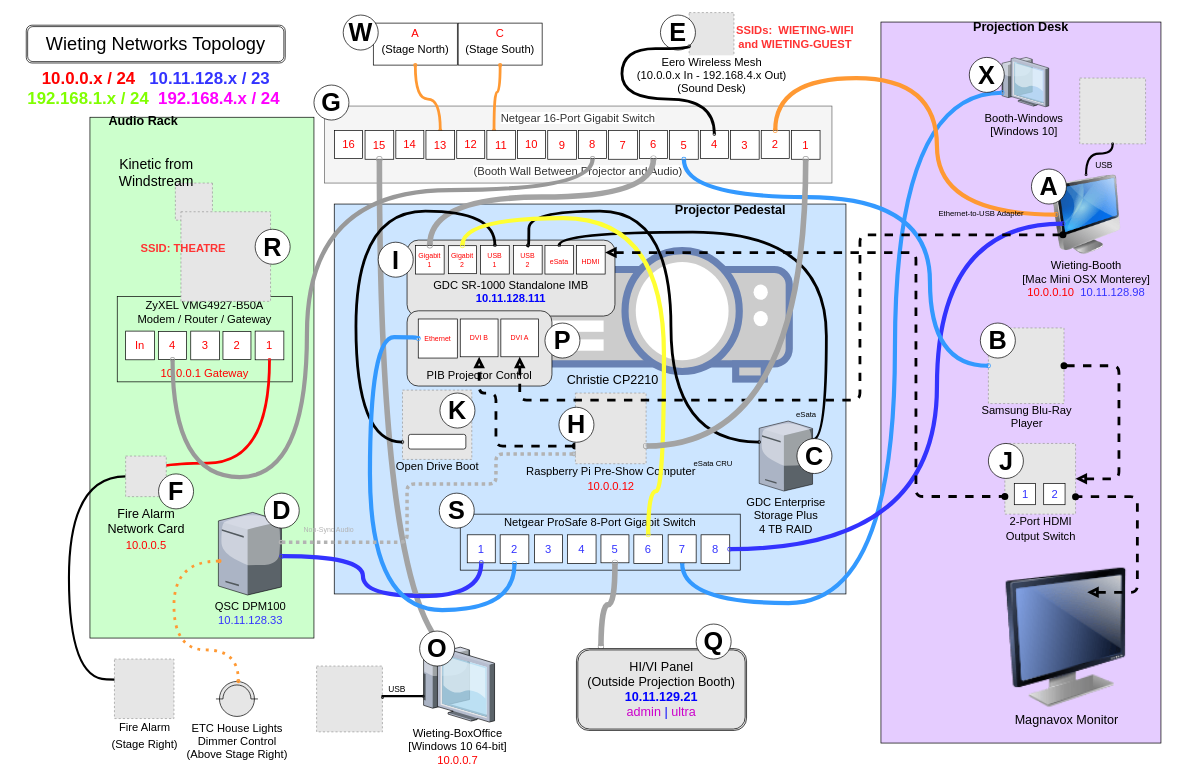
Above: _Wieting-Networks-Topology-2022.drawio in SummittDweller/wieting-one-click-hugo-cms (draw.io), before the change. Source tidied: cells renumbered, new cells numbered last; positions are measured from the earlier drawing's top-left corner, leaving out a move shared by most shapes. Both pictures are drawn from the tidied source at 70%, with x=0, y=0 at pixel (12, 12). Pictures stored in the file or linked from it are replaced by grey dashed boxes.
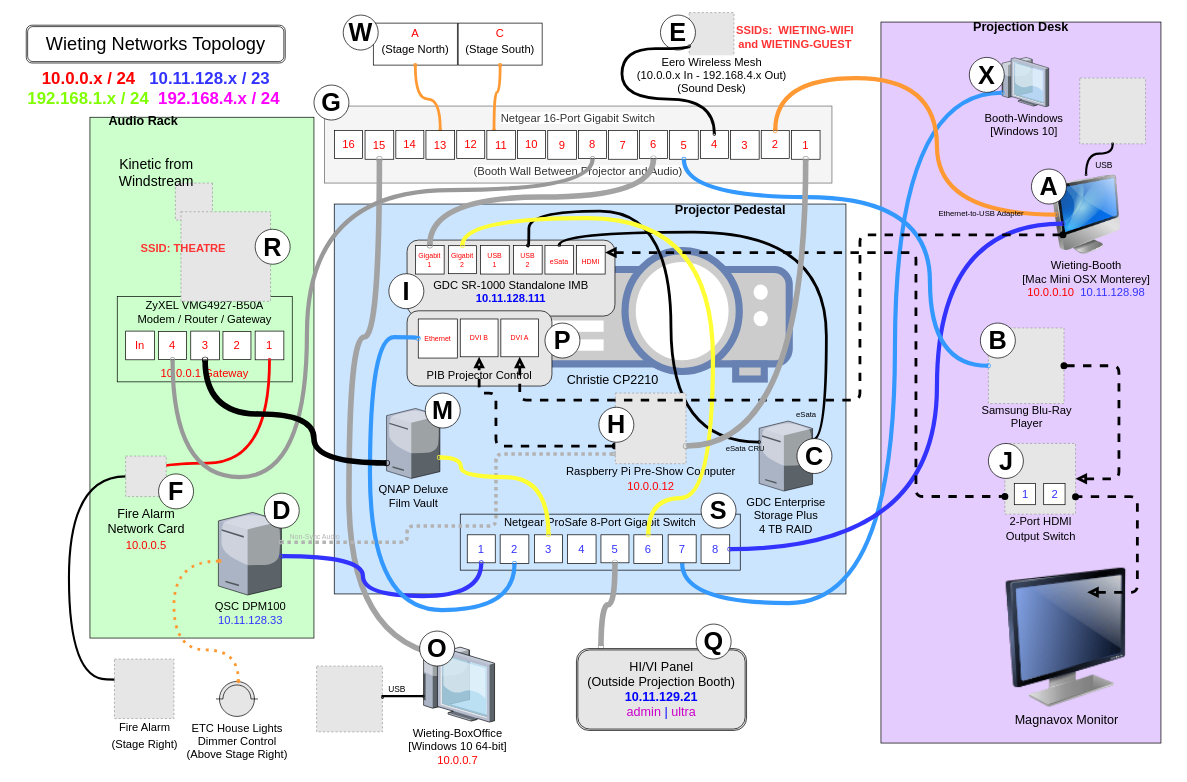
After the change.

Commit message (it also covers changes not shown here):
Updated network diagram

The change refers to these unchanged cells:
```xml
<mxCell id="7" value="&lt;span&gt;QSC DPM100&lt;br&gt;&lt;/span&gt;&lt;div&gt;&lt;div&gt;&lt;font color=&quot;#3333ff&quot;&gt;10.11.128.33&lt;/font&gt;&lt;/div&gt;&lt;/div&gt;" style="verticalLabelPosition=bottom;html=1;verticalAlign=top;strokeColor=none;shape=mxgraph.citrix.tower_server;fontSize=16;" parent="1" vertex="1">
  <mxGeometry x="294.5" y="714.5" width="90" height="118" as="geometry" />
</mxCell>
<mxCell id="12" value="15" style="whiteSpace=wrap;html=1;fontSize=16;fontColor=#FF0000;" parent="1" vertex="1">
  <mxGeometry x="504" y="169" width="41" height="41" as="geometry" />
</mxCell>
<mxCell id="24" value="3" style="whiteSpace=wrap;html=1;fontSize=16;fontColor=#3333FF;" parent="1" vertex="1">
  <mxGeometry x="746" y="746.5" width="40" height="40" as="geometry" />
</mxCell>
<mxCell id="28" value="6" style="whiteSpace=wrap;html=1;fontSize=16;fontColor=#3333FF;" parent="1" vertex="1">
  <mxGeometry x="888" y="746.5" width="41" height="41" as="geometry" />
</mxCell>
<mxCell id="38" value="&lt;div&gt;Wieting-BoxOffice&lt;/div&gt;&lt;div&gt;[Windows 10 64-bit]&lt;/div&gt;&lt;div&gt;&lt;font color=&quot;#ff0000&quot; style=&quot;font-size: 16px&quot;&gt;10.0.0.7&lt;/font&gt;&lt;/div&gt;" style="verticalLabelPosition=bottom;html=1;verticalAlign=top;strokeColor=none;shape=mxgraph.citrix.thin_client;fontSize=16;" parent="1" vertex="1">
  <mxGeometry x="582" y="907" width="107" height="107" as="geometry" />
</mxCell>
<mxCell id="50" value="3" style="whiteSpace=wrap;html=1;fontSize=16;fontColor=#FF0000;" parent="1" vertex="1">
  <mxGeometry x="255" y="455.5" width="41" height="41" as="geometry" />
</mxCell>
<mxCell id="100" value="Gigabit&lt;br&gt;2" style="whiteSpace=wrap;html=1;fontSize=10;fontColor=#FF0000;" parent="1" vertex="1">
  <mxGeometry x="623" y="333.5" width="40" height="40" as="geometry" />
</mxCell>
<mxCell id="101" value="USB&lt;br style=&quot;font-size: 10px;&quot;&gt;1" style="whiteSpace=wrap;html=1;fontSize=10;fontColor=#FF0000;" parent="1" vertex="1">
  <mxGeometry x="669" y="333" width="41" height="41" as="geometry" />
</mxCell>
<mxCell id="110" style="edgeStyle=orthogonalEdgeStyle;html=1;exitX=0.5;exitY=0;startArrow=oval;startFill=1;startSize=1;endArrow=oval;endFill=1;endSize=1;jettySize=auto;strokeColor=#000000;strokeWidth=4;fontSize=26;fontColor=#FF0000;exitDx=0;exitDy=0;curved=1;" parent="1" edge="1" source="103" target="6">
  <mxGeometry relative="1" as="geometry">
    <Array as="points">
      <mxPoint x="737" y="334" />
      <mxPoint x="738" y="334" />
      <mxPoint x="738" y="284" />
      <mxPoint x="941" y="284" />
      <mxPoint x="941" y="614" />
    </Array>
  </mxGeometry>
</mxCell>
```

What changed in the source:
```diff
@@
     <mxCell id="15" style="edgeStyle=orthogonalEdgeStyle;curved=1;rounded=0;html=1;exitX=0.5;exitY=1;entryX=0.645;entryY=0.14;entryPerimeter=0;startArrow=oval;startFill=1;startSize=1;endArrow=oval;endFill=1;endSize=1;jettySize=auto;strokeWidth=8;fontSize=26;fontColor=#FF0000;exitDx=0;exitDy=0;entryDx=0;entryDy=0;strokeColor=#A3A3A3;" parent="1" edge="1" source="12" target="38">
       <mxGeometry relative="1" as="geometry">
         <Array as="points">
-          <mxPoint x="525" y="923" />
+          <mxPoint x="525" y="464" />
+          <mxPoint x="481" y="464" />
+          <mxPoint x="481" y="922" />
         </Array>
       </mxGeometry>
     </mxCell>
@@
-    <mxCell id="40" value="&lt;font color=&quot;#000000&quot;&gt;&lt;span style=&quot;font-size: 16px&quot;&gt;Open Drive Boot&lt;/span&gt;&lt;/font&gt;" style="fillColor=#E6E6E6;strokeColor=#999999;dashed=1;html=1;verticalAlign=top;verticalLabelPosition=bottom;labelBackgroundColor=none;fontSize=26;fontColor=#FF0000;spacingTop=-15;" parent="1" vertex="1">
-      <mxGeometry x="557.5" y="539.8" width="99" height="99" as="geometry" />
-    </mxCell>
-    <mxCell id="41" style="edgeStyle=orthogonalEdgeStyle;rounded=0;html=1;exitX=0.5;exitY=1;entryX=0.5;entryY=1;jettySize=auto;orthogonalLoop=1;fontSize=26;fontColor=#FF0000;" parent="1" edge="1" source="40" target="40">
-      <mxGeometry relative="1" as="geometry" />
+    <mxCell id="41" style="edgeStyle=orthogonalEdgeStyle;rounded=0;html=1;exitX=0.5;exitY=1;entryX=0.5;entryY=1;jettySize=auto;orthogonalLoop=1;fontSize=26;fontColor=#FF0000;" parent="1" edge="1">
+      <mxGeometry relative="1" as="geometry">
+        <mxPoint x="615" y="654" as="sourcePoint" />
+        <mxPoint x="615" y="654" as="targetPoint" />
+      </mxGeometry>
     </mxCell>
@@
     <mxCell id="81" value="&lt;font style=&quot;font-size: 36px&quot;&gt;&lt;b&gt;S&lt;/b&gt;&lt;/font&gt;" style="ellipse;whiteSpace=wrap;html=1;" parent="1" vertex="1">
-      <mxGeometry x="610" y="687" width="50" height="50" as="geometry" />
+      <mxGeometry x="984" y="687" width="50" height="50" as="geometry" />
     </mxCell>
@@
-    <mxCell id="109" style="edgeStyle=orthogonalEdgeStyle;curved=1;rounded=0;html=1;exitX=0.5;exitY=0;startArrow=oval;startFill=1;startSize=1;endArrow=oval;endFill=1;endSize=1;jettySize=auto;strokeColor=#000000;strokeWidth=4;fontSize=26;fontColor=#FF0000;exitDx=0;exitDy=0;entryX=0;entryY=0.75;entryDx=0;entryDy=0;" parent="1" edge="1" source="101" target="40">
-      <mxGeometry relative="1" as="geometry">
-        <Array as="points">
-          <mxPoint x="690" y="284" />
-          <mxPoint x="491" y="284" />
-          <mxPoint x="491" y="614" />
-        </Array>
-      </mxGeometry>
-    </mxCell>
@@
     <mxCell id="111" value="eSata CRU" style="edgeLabel;html=1;align=center;verticalAlign=middle;labelBackgroundColor=none;" parent="110" vertex="1">
       <mxGeometry x="-0.21" y="-5" relative="1" as="geometry">
-        <mxPoint x="64" y="335" as="offset" />
+        <mxPoint x="110.5" y="313.5" as="offset" />
       </mxGeometry>
     </mxCell>
@@
-    <mxCell id="115" style="rounded=1;whiteSpace=wrap;html=1;labelBackgroundColor=none;" parent="1" vertex="1">
-      <mxGeometry x="566" y="603" width="82" height="21" as="geometry" />
-    </mxCell>
     <mxCell id="116" value="&lt;font style=&quot;font-size: 36px&quot;&gt;&lt;b&gt;I&lt;/b&gt;&lt;/font&gt;" style="ellipse;whiteSpace=wrap;html=1;" parent="1" vertex="1">
-      <mxGeometry x="522.8" y="328.5" width="50" height="50" as="geometry" />
+      <mxGeometry x="538" y="373.5" width="50" height="50" as="geometry" />
     </mxCell>
@@
-    <mxCell id="126" value="&lt;font style=&quot;font-size: 36px&quot;&gt;&lt;b&gt;K&lt;/b&gt;&lt;/font&gt;" style="ellipse;whiteSpace=wrap;html=1;" parent="1" vertex="1">
-      <mxGeometry x="611" y="544" width="50" height="50" as="geometry" />
-    </mxCell>
@@
     <mxCell id="133" value="&lt;p style=&quot;line-height: 70%&quot;&gt;&lt;span style=&quot;font-size: 16px&quot;&gt;&lt;font color=&quot;#000000&quot;&gt;Raspberry Pi&amp;nbsp;&lt;/font&gt;&lt;font color=&quot;#000000&quot;&gt;Pre-Show Computer&lt;/font&gt;&lt;br&gt;10.0.0.12&lt;/span&gt;&lt;/p&gt;" style="fillColor=#E6E6E6;strokeColor=#999999;dashed=1;html=1;verticalAlign=top;verticalLabelPosition=bottom;labelBackgroundColor=none;fontSize=26;fontColor=#FF0000;spacing=-25;spacingTop=-8;" parent="1" vertex="1">
-      <mxGeometry x="804.5" y="544" width="101" height="101" as="geometry" />
+      <mxGeometry x="861.5" y="544" width="101" height="101" as="geometry" />
     </mxCell>
@@
     <mxCell id="135" style="edgeStyle=orthogonalEdgeStyle;jumpStyle=gap;jumpSize=7;html=1;exitX=0.5;exitY=0;startArrow=oval;startFill=1;startSize=1;endArrow=oval;endFill=1;endSize=1;jettySize=auto;strokeWidth=6;fontSize=13;entryX=0.5;entryY=0;entryDx=0;entryDy=0;strokeColor=#FFFF33;labelBackgroundColor=none;exitDx=0;exitDy=0;curved=1;" parent="1" edge="1" source="100" target="28">
       <mxGeometry x="-0.84" y="-11" relative="1" as="geometry">
         <Array as="points">
           <mxPoint x="643" y="294" />
-          <mxPoint x="931" y="294" />
-          <mxPoint x="931" y="684" />
-          <mxPoint x="908" y="684" />
+          <mxPoint x="1001" y="294" />
+          <mxPoint x="1001" y="694" />
+          <mxPoint x="908" y="694" />
         </Array>
       </mxGeometry>
     </mxCell>
@@
     <mxCell id="137" value="&lt;font style=&quot;font-size: 36px&quot;&gt;&lt;b&gt;H&lt;/b&gt;&lt;/font&gt;" style="ellipse;whiteSpace=wrap;html=1;" parent="1" vertex="1">
-      <mxGeometry x="781" y="564.3" width="50" height="50" as="geometry" />
+      <mxGeometry x="838" y="564.3" width="50" height="50" as="geometry" />
     </mxCell>
@@
     <mxCell id="145" value="&lt;font style=&quot;font-size: 10px&quot;&gt;Non-Sync Audio&lt;/font&gt;" style="edgeStyle=orthogonalEdgeStyle;rounded=1;html=1;entryX=0.994;entryY=0.36;jettySize=auto;fontSize=26;fontColor=#B3B3B3;strokeWidth=5;startArrow=oval;startFill=1;endArrow=oval;endFill=1;endSize=2;startSize=2;exitX=-0.025;exitY=0.861;entryDx=0;entryDy=0;strokeColor=#B3B3B3;exitDx=0;exitDy=0;exitPerimeter=0;dashed=1;entryPerimeter=0;labelBackgroundColor=none;dashPattern=1 1;" parent="1" edge="1" source="133" target="7">
-      <mxGeometry x="0.75" y="-23" relative="1" as="geometry">
+      <mxGeometry x="0.84" y="-13" relative="1" as="geometry">
         <Array as="points">
           <mxPoint x="691" y="631" />
-          <mxPoint x="691" y="674" />
-          <mxPoint x="564" y="674" />
+          <mxPoint x="691" y="734" />
+          <mxPoint x="564" y="734" />
           <mxPoint x="564" y="757" />
         </Array>
       </mxGeometry>
     </mxCell>
+    <mxCell id="146" value="QNAP Deluxe&lt;br&gt;Film Vault" style="verticalLabelPosition=bottom;html=1;verticalAlign=top;strokeColor=none;shape=mxgraph.citrix.tower_server;fontSize=16;" parent="1" vertex="1">
+      <mxGeometry x="534.7" y="566" width="76.3" height="100" as="geometry" />
+    </mxCell>
+    <mxCell id="126" value="&lt;font style=&quot;font-size: 36px&quot;&gt;&lt;b&gt;M&lt;/b&gt;&lt;/font&gt;" style="ellipse;whiteSpace=wrap;html=1;" parent="1" vertex="1">
+      <mxGeometry x="590" y="544" width="50" height="50" as="geometry" />
+    </mxCell>
+    <mxCell id="147" style="edgeStyle=orthogonalEdgeStyle;curved=1;rounded=0;html=1;exitX=0.004;exitY=0.78;startArrow=oval;startFill=1;startSize=1;endArrow=oval;endFill=1;endSize=1;jettySize=auto;strokeWidth=8;fontSize=26;fontColor=#FF0000;exitDx=0;exitDy=0;shadow=0;entryX=0.5;entryY=1;entryDx=0;entryDy=0;strokeColor=#000000;exitPerimeter=0;" parent="1" edge="1" source="146" target="50">
+      <mxGeometry relative="1" as="geometry">
+        <Array as="points">
+          <mxPoint x="431" y="644" />
+          <mxPoint x="431" y="574" />
+          <mxPoint x="276" y="574" />
+        </Array>
+      </mxGeometry>
+    </mxCell>
+    <mxCell id="148" style="edgeStyle=orthogonalEdgeStyle;jumpStyle=gap;jumpSize=7;html=1;exitX=0.987;exitY=0.7;startArrow=oval;startFill=1;startSize=1;endArrow=oval;endFill=1;endSize=1;jettySize=auto;strokeWidth=6;fontSize=13;entryX=0.5;entryY=0;entryDx=0;entryDy=0;strokeColor=#FFFF33;labelBackgroundColor=none;exitDx=0;exitDy=0;curved=1;exitPerimeter=0;" parent="1" edge="1" source="146" target="24">
+      <mxGeometry x="-0.84" y="-11" relative="1" as="geometry">
+        <Array as="points">
+          <mxPoint x="641" y="636" />
+          <mxPoint x="641" y="664" />
+          <mxPoint x="766" y="664" />
+        </Array>
+      </mxGeometry>
+    </mxCell>
```
